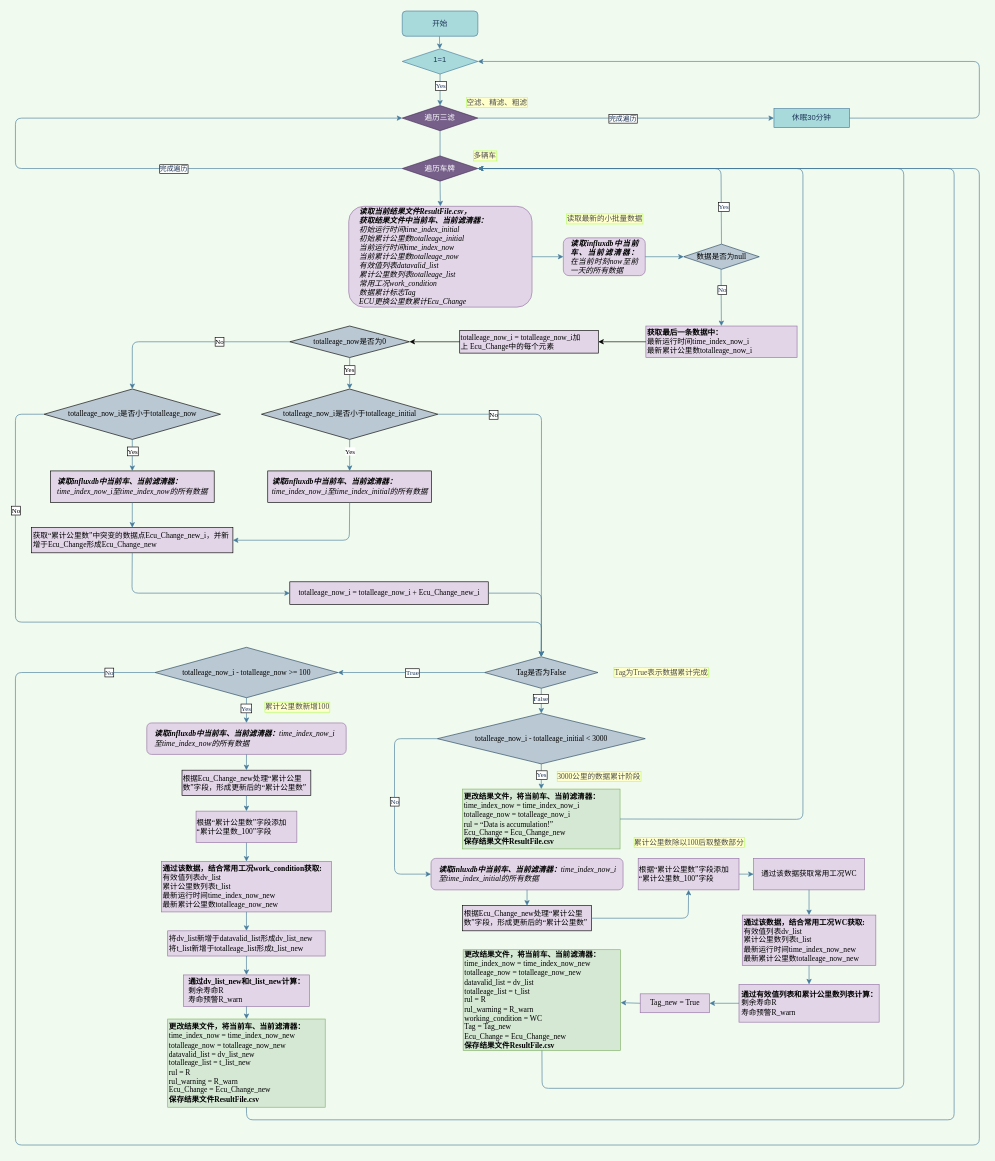
wangwuhua11/draw keeps this draw.io diagram as draw/算法流程v4.0.drawio. Above is the earlier version. Source tidied: cells renumbered, new cells numbered last; positions are measured from the earlier drawing's top-left corner, leaving out a move shared by most shapes. Both pictures are drawn from the tidied source at 63%, with x=0, y=0 at pixel (15, 11).
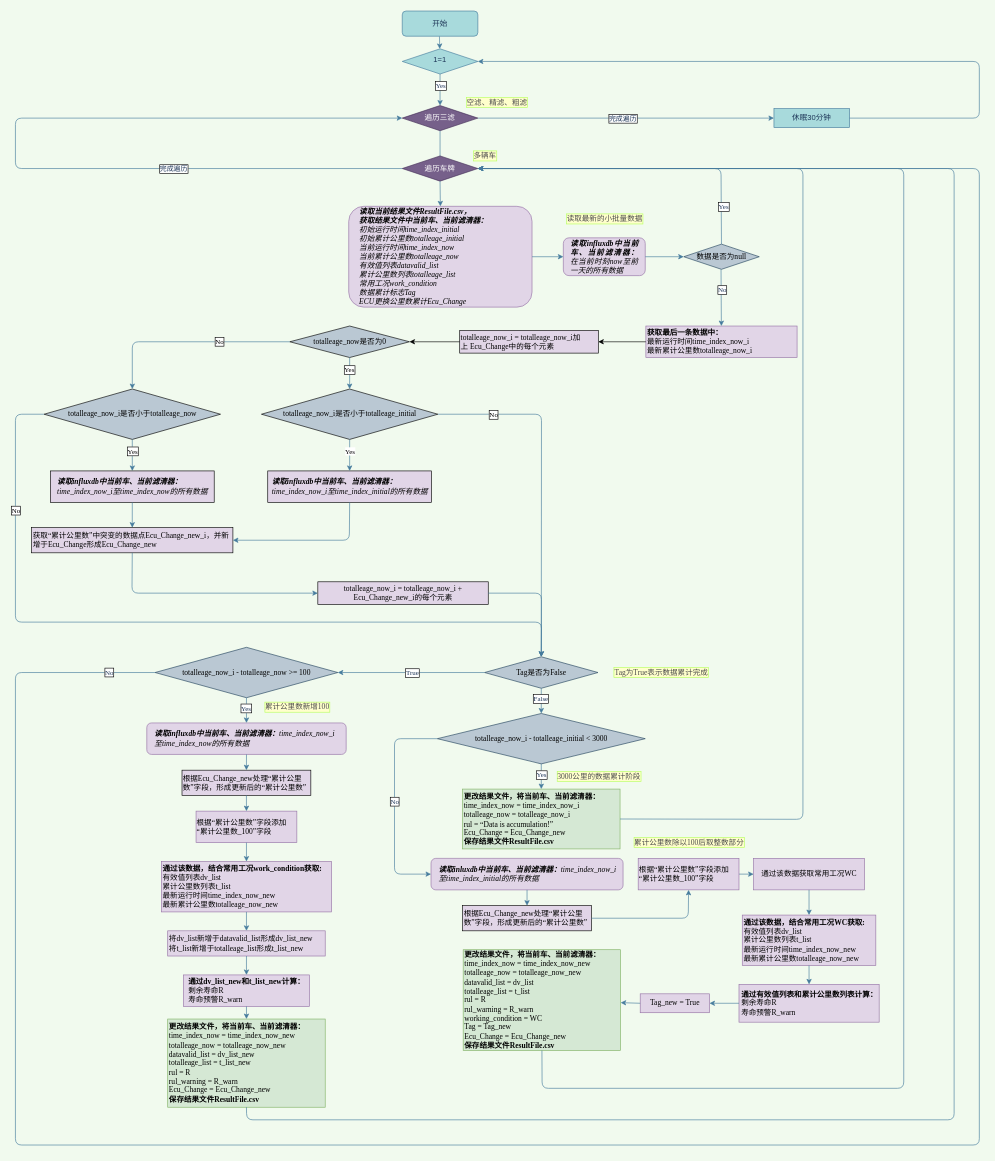
After the change.

Commit message:
更新算法流程v4.0.drawio

What changed in the source:
```diff
@@
-    <mxCell id="90" value="&lt;font face=&quot;Times New Roman&quot;&gt;totalleage_now_i = &lt;/font&gt;&lt;font face=&quot;Times New Roman&quot;&gt;totalleage_now_i + &lt;/font&gt;Ecu_Change_new_i" style="rounded=0;whiteSpace=wrap;html=1;fontFamily=Times New Roman;fillColor=#E1D5E7;" parent="1" vertex="1">
-      <mxGeometry x="435.5" y="906" width="315" height="36" as="geometry" />
+    <mxCell id="90" value="&lt;font face=&quot;Times New Roman&quot;&gt;totalleage_now_i = &lt;/font&gt;&lt;font face=&quot;Times New Roman&quot;&gt;totalleage_now_i + &lt;/font&gt;Ecu_Change_new_i的每个元素" style="rounded=0;whiteSpace=wrap;html=1;fontFamily=Times New Roman;fillColor=#E1D5E7;" parent="1" vertex="1">
+      <mxGeometry x="480" y="906" width="270.5" height="36" as="geometry" />
     </mxCell>
```
